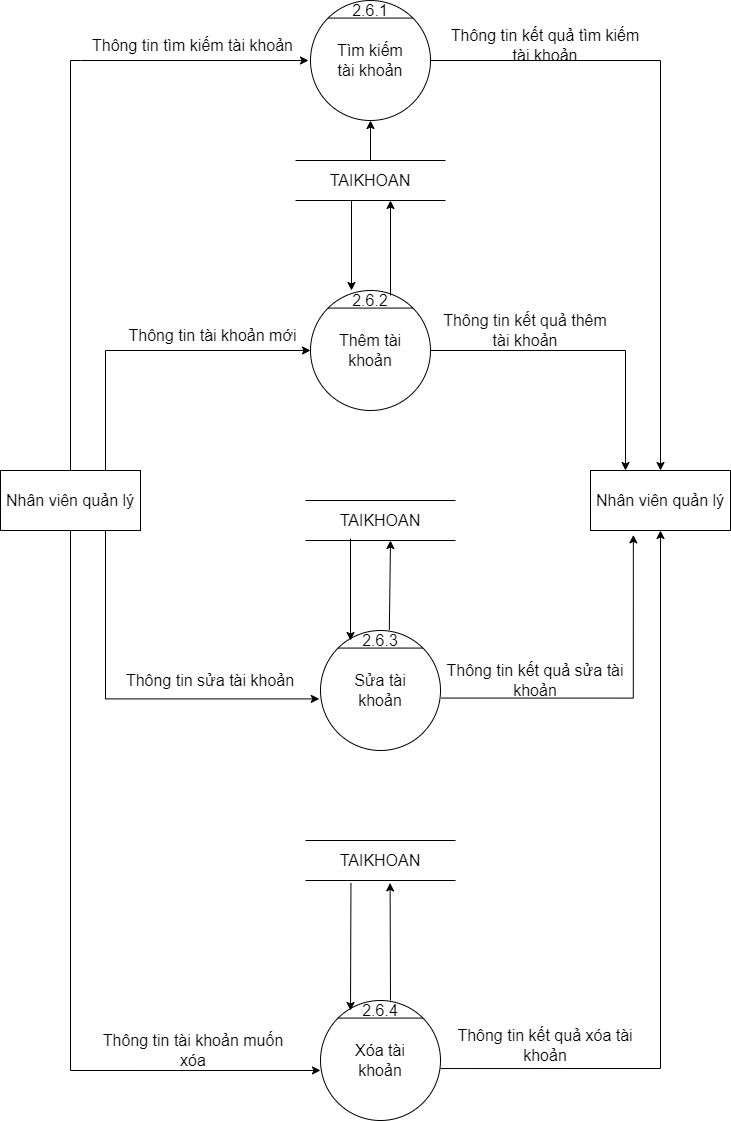
hungtadasuke/CoffeShop_SoftwareTechnology keeps this draw.io diagram as BFD&DFD/BFD&DFD mức 0, 1, 2, 3/DFD_2_Account.png. Above is the earlier version. Source tidied: cells renumbered, new cells last; positions are measured from the earlier drawing's top-left corner, leaving out a move shared by most shapes.
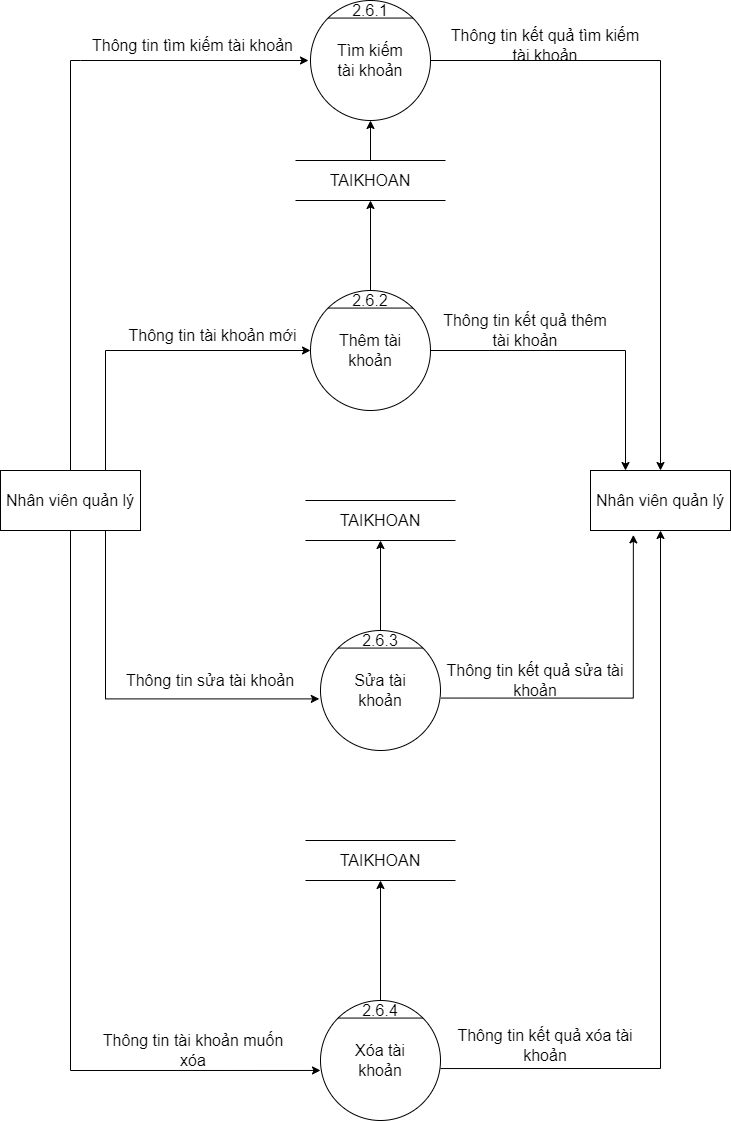
Later version of the same file.

Diff of the diagram source:
```diff
@@ -85,22 +85,9 @@
     <mxCell id="24" style="endArrow=classic;html=1;rounded=0;fontSize=16;entryX=0.5;entryY=1;entryDx=0;entryDy=0;exitX=0.5;exitY=0;exitDx=0;exitDy=0;" parent="1" edge="1" source="20" target="2">
       <mxGeometry relative="1" as="geometry" />
     </mxCell>
-    <mxCell id="25" style="endArrow=classic;html=1;rounded=0;fontSize=16;" parent="1" edge="1">
-      <mxGeometry relative="1" as="geometry">
-        <mxPoint x="351" y="200" as="sourcePoint" />
-        <mxPoint x="351" y="290" as="targetPoint" />
-      </mxGeometry>
-    </mxCell>
-    <mxCell id="26" style="endArrow=classic;html=1;rounded=0;fontSize=16;entryX=0.362;entryY=1.004;entryDx=0;entryDy=0;entryPerimeter=0;exitX=0.647;exitY=-0.02;exitDx=0;exitDy=0;exitPerimeter=0;" parent="1" edge="1" source="15">
-      <mxGeometry relative="1" as="geometry">
-        <mxPoint x="390" y="540" as="targetPoint" />
-      </mxGeometry>
+    <mxCell id="26" style="endArrow=classic;html=1;rounded=0;fontSize=16;entryX=0.5;entryY=1;entryDx=0;entryDy=0;exitX=0.5;exitY=0;exitDx=0;exitDy=0;" parent="1" edge="1" source="15" target="23">
+      <mxGeometry relative="1" as="geometry" />
     </mxCell>
-    <mxCell id="27" style="endArrow=classic;html=1;rounded=0;fontSize=16;entryX=0;entryY=0.5;entryDx=0;entryDy=0;" parent="1" edge="1" target="15">
-      <mxGeometry relative="1" as="geometry">
-        <mxPoint x="350" y="538" as="sourcePoint" />
-      </mxGeometry>
-    </mxCell>
     <mxCell id="28" value="Thông tin tài khoản mới" style="text;html=1;strokeColor=none;fillColor=none;align=center;verticalAlign=middle;whiteSpace=wrap;rounded=0;fontSize=16;" parent="1" vertex="1">
       <mxGeometry x="115" y="320" width="195" height="30" as="geometry" />
     </mxCell>
@@ -141,12 +128,7 @@
     <mxCell id="39" value="TAIKHOAN" style="shape=partialRectangle;whiteSpace=wrap;html=1;left=0;right=0;fillColor=none;fontSize=16;" parent="1" vertex="1">
       <mxGeometry x="305" y="840" width="150" height="40" as="geometry" />
     </mxCell>
-    <mxCell id="40" style="endArrow=classic;html=1;rounded=0;fontSize=16;exitX=0.303;exitY=1.06;exitDx=0;exitDy=0;exitPerimeter=0;" parent="1" edge="1" source="39">
-      <mxGeometry relative="1" as="geometry">
-        <mxPoint x="350" y="1010" as="targetPoint" />
-      </mxGeometry>
-    </mxCell>
-    <mxCell id="41" style="endArrow=classic;html=1;rounded=0;fontSize=16;exitX=0.75;exitY=0;exitDx=0;exitDy=0;entryX=0.564;entryY=1.06;entryDx=0;entryDy=0;entryPerimeter=0;" parent="1" edge="1" source="36" target="39">
+    <mxCell id="41" style="endArrow=classic;html=1;rounded=0;fontSize=16;exitX=0.5;exitY=0;exitDx=0;exitDy=0;entryX=0.5;entryY=1;entryDx=0;entryDy=0;" parent="1" edge="1" source="36" target="39">
       <mxGeometry relative="1" as="geometry" />
     </mxCell>
     <mxCell id="42" style="edgeStyle=segmentEdgeStyle;endArrow=classic;html=1;rounded=0;exitX=0.5;exitY=1;exitDx=0;exitDy=0;entryX=0;entryY=0.583;entryDx=0;entryDy=0;entryPerimeter=0;" parent="1" edge="1" source="11" target="33">
@@ -165,10 +147,8 @@
     <mxCell id="45" value="Thông tin kết quả xóa tài khoản" style="text;html=1;strokeColor=none;fillColor=none;align=center;verticalAlign=middle;whiteSpace=wrap;rounded=0;fontSize=16;" parent="1" vertex="1">
       <mxGeometry x="455" y="1020" width="180" height="50" as="geometry" />
     </mxCell>
-    <mxCell id="46" style="endArrow=classic;html=1;rounded=0;fontSize=16;entryX=0.5;entryY=1;entryDx=0;entryDy=0;exitX=1;exitY=0.25;exitDx=0;exitDy=0;" parent="1" edge="1" source="14">
-      <mxGeometry relative="1" as="geometry">
-        <mxPoint x="390" y="200" as="targetPoint" />
-      </mxGeometry>
+    <mxCell id="46" style="endArrow=classic;html=1;rounded=0;fontSize=16;entryX=0.5;entryY=1;entryDx=0;entryDy=0;exitX=0.5;exitY=0;exitDx=0;exitDy=0;" parent="1" edge="1" source="14" target="20">
+      <mxGeometry relative="1" as="geometry" />
     </mxCell>
   </root>
 </mxGraphModel>
```
